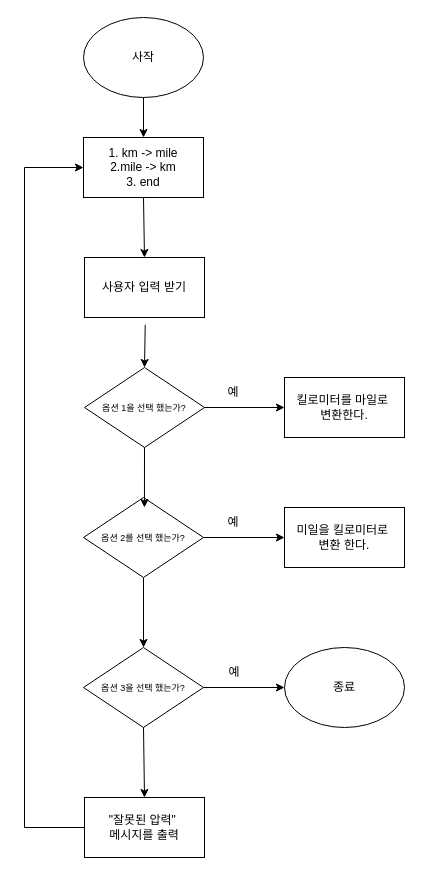
This is page "페이지-2" (2 of 2) of 제목 없는 다이어그램.drawio from kimboxu/pytet, a draw.io file, before an edit. Source tidied: cells renumbered, new cells numbered last; positions are measured from the earlier drawing's top-left corner, leaving out a move shared by most shapes. Both pictures are drawn from the tidied source at 100%, with x=0, y=0 at pixel (24, 17).
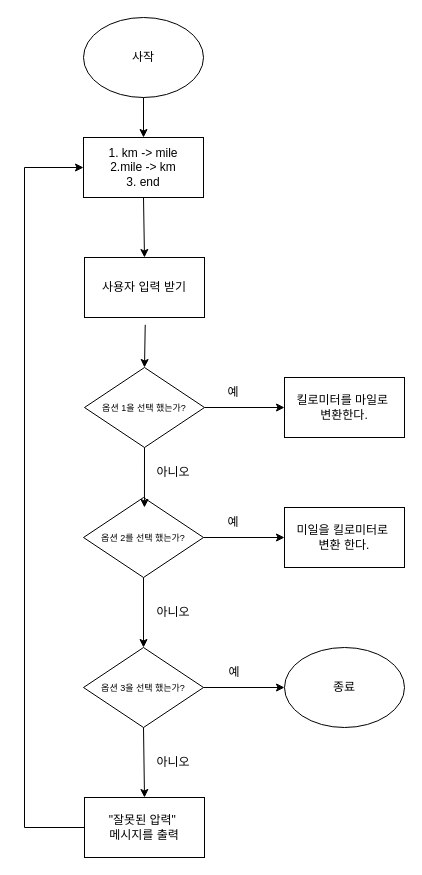
The same diagram, later.

Commit message:
제목 없는 다이어그램.drawio 업데이트

What changed in the source:
```diff
@@
+    <mxCell id="25" value="아니오" style="text;strokeColor=none;align=center;fillColor=none;html=1;verticalAlign=middle;whiteSpace=wrap;rounded=0;" parent="1" vertex="1">
+      <mxGeometry x="119" y="730" width="60" height="30" as="geometry" />
+    </mxCell>
+    <mxCell id="26" value="아니오" style="text;strokeColor=none;align=center;fillColor=none;html=1;verticalAlign=middle;whiteSpace=wrap;rounded=0;" parent="1" vertex="1">
+      <mxGeometry x="119" y="580" width="60" height="30" as="geometry" />
+    </mxCell>
+    <mxCell id="27" value="아니오" style="text;strokeColor=none;align=center;fillColor=none;html=1;verticalAlign=middle;whiteSpace=wrap;rounded=0;" parent="1" vertex="1">
+      <mxGeometry x="119" y="440" width="60" height="30" as="geometry" />
+    </mxCell>
```
